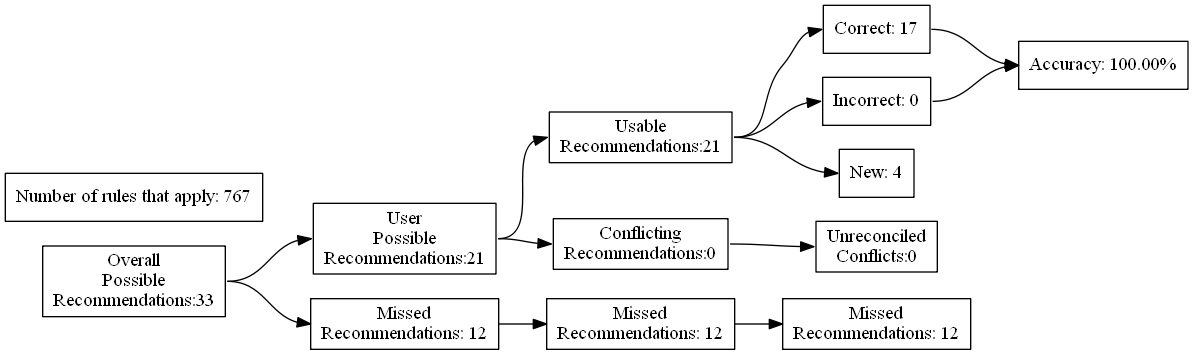
ZaxR/ibd_diet_analysis keeps this Graphviz diagram as test_renders/72.gv.png. Above is the earlier version. Its source is kept beside it as test_renders/72.gv.
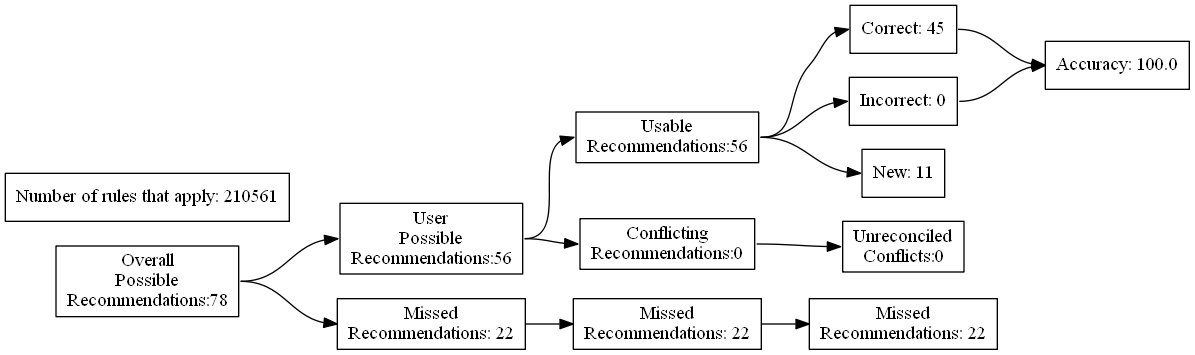
After the commit.

The edit, as a diff of the source:
```diff
@@ -4,27 +4,27 @@
 	edge [headport=w tailport=e]
 		A [label="Overall
 Possible
-Recommendations:33"]
+Recommendations:78"]
 		B [label="User
 Possible
-Recommendations:21"]
+Recommendations:56"]
 		C [label="Missed
-Recommendations: 12"]
+Recommendations: 22"]
 		D [label="Usable
-Recommendations:21"]
+Recommendations:56"]
 		E [label="Conflicting
 Recommendations:0"]
 		J [label="Missed
-Recommendations: 12"]
+Recommendations: 22"]
 		M [label="Unreconciled
 Conflicts:0"]
-		F [label="Correct: 17"]
+		F [label="Correct: 45"]
 		G [label="Incorrect: 0"]
-		H [label="New: 4"]
+		H [label="New: 11"]
 		K [label="Missed
-Recommendations: 12"]
-		I [label="Accuracy: 100.00%"]
-		l [label="Number of rules that apply: 767"]
+Recommendations: 22"]
+		I [label="Accuracy: 100.0"]
+		l [label="Number of rules that apply: 210561"]
 			A -> B
 			A -> C
 			B -> D
```
